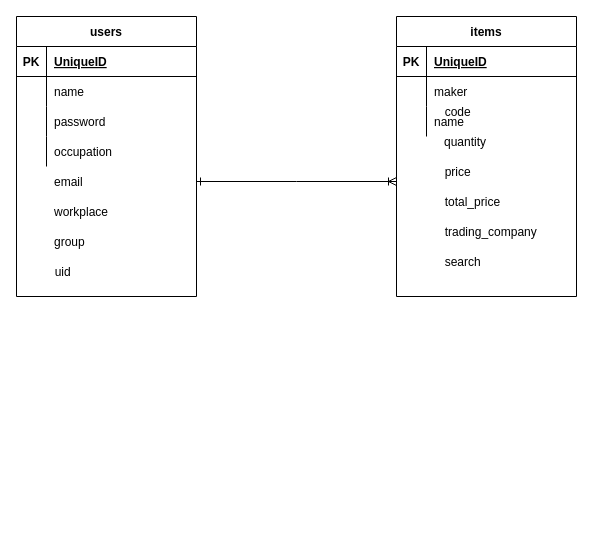
Above: ER.dio in d-cho623/ponyosky (draw.io), before the change. Source tidied: cells renumbered, new cells numbered last; positions are measured from the earlier drawing's top-left corner, leaving out a move shared by most shapes. Both pictures are drawn from the tidied source at 100%, with x=0, y=0 at pixel (16, 16).
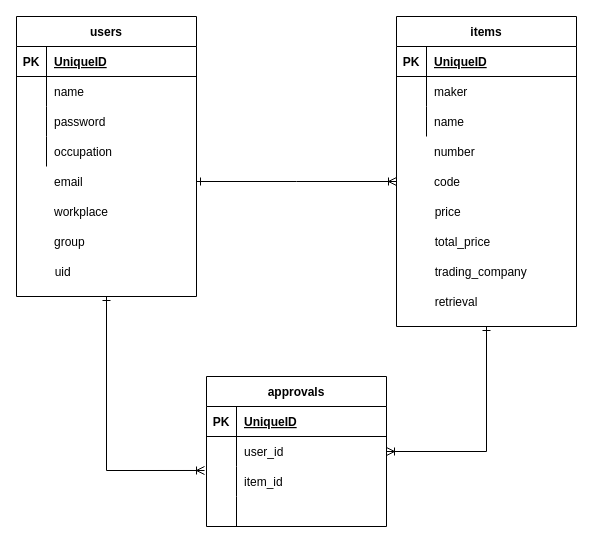
After the change.

The change refers to these unchanged cells:
```xml
<mxCell id="12" value="users" style="shape=table;startSize=30;childLayout=tableLayout;rowLines=0;fontStyle=1;align=center;" parent="1" vertex="1">
  <mxGeometry width="180" height="280" as="geometry" />
</mxCell>
```

Change to the diagram source:
```diff
@@
+    <mxCell id="56" style="edgeStyle=orthogonalEdgeStyle;rounded=0;jettySize=auto;html=1;exitX=0.5;exitY=1;exitDx=0;exitDy=0;endArrow=ERoneToMany;endFill=0;startArrow=ERone;startFill=0;" parent="1" edge="1" source="2" target="62">
+      <mxGeometry relative="1" as="geometry" />
+    </mxCell>
     <mxCell id="2" value="items" style="shape=table;startSize=30;childLayout=tableLayout;rowLines=0;fontStyle=1;align=center;" parent="1" vertex="1">
-      <mxGeometry x="380" width="180" height="280" as="geometry" />
+      <mxGeometry x="380" width="180" height="310" as="geometry" />
     </mxCell>
@@
+    <mxCell id="57" style="edgeStyle=orthogonalEdgeStyle;rounded=0;jettySize=auto;html=1;exitX=0.5;exitY=1;exitDx=0;exitDy=0;entryX=-0.011;entryY=0.133;entryDx=0;entryDy=0;entryPerimeter=0;startArrow=ERone;startFill=0;endArrow=ERoneToMany;endFill=0;" parent="1" edge="1" source="12" target="65">
+      <mxGeometry relative="1" as="geometry" />
+    </mxCell>
@@
-    <mxCell id="35" style="shape=partialRectangle;fillColor=none;top=0;left=0;bottom=0;right=0;" parent="1" vertex="1">
-      <mxGeometry x="390" y="80" width="184" height="30" as="geometry" />
-    </mxCell>
-    <mxCell id="36" style="shape=partialRectangle;fillColor=none;top=0;left=0;bottom=0;right=0;overflow=hidden;" parent="35" vertex="1">
-      <mxGeometry width="30.7" height="30" as="geometry" />
-    </mxCell>
-    <mxCell id="37" value="code" style="shape=partialRectangle;fillColor=none;top=0;left=0;bottom=0;right=0;align=left;spacingLeft=6;overflow=hidden;" parent="35" vertex="1">
-      <mxGeometry x="30.7" width="153.3" height="30" as="geometry" />
-    </mxCell>
-    <mxCell id="38" style="shape=partialRectangle;fillColor=none;top=0;left=0;bottom=0;right=0;" parent="1" vertex="1">
-      <mxGeometry x="390" y="100" width="180" height="30" as="geometry" />
-    </mxCell>
-    <mxCell id="39" style="shape=partialRectangle;fillColor=none;top=0;left=0;bottom=0;right=0;overflow=hidden;" parent="38" vertex="1">
-      <mxGeometry width="30" height="30" as="geometry" />
-    </mxCell>
-    <mxCell id="40" value="quantity" style="shape=partialRectangle;fillColor=none;top=0;left=0;bottom=0;right=0;align=left;spacingLeft=6;overflow=hidden;" parent="38" vertex="1">
-      <mxGeometry x="30" y="10" width="150" height="30" as="geometry" />
-    </mxCell>
     <mxCell id="41" style="shape=partialRectangle;fillColor=none;top=0;left=0;bottom=0;right=0;" parent="1" vertex="1">
-      <mxGeometry x="390" y="140" width="184" height="30" as="geometry" />
+      <mxGeometry x="380" y="180" width="184" height="30" as="geometry" />
     </mxCell>
@@
     <mxCell id="44" style="shape=partialRectangle;fillColor=none;top=0;left=0;bottom=0;right=0;" parent="1" vertex="1">
-      <mxGeometry x="390" y="170" width="184" height="30" as="geometry" />
+      <mxGeometry x="380" y="210" width="184" height="30" as="geometry" />
     </mxCell>
@@
     <mxCell id="47" style="shape=partialRectangle;fillColor=none;top=0;left=0;bottom=0;right=0;" parent="1" vertex="1">
-      <mxGeometry x="390" y="200" width="184" height="30" as="geometry" />
+      <mxGeometry x="380" y="240" width="184" height="30" as="geometry" />
     </mxCell>
@@
     <mxCell id="50" style="shape=partialRectangle;fillColor=none;top=0;left=0;bottom=0;right=0;" parent="1" vertex="1">
-      <mxGeometry x="390" y="230" width="184" height="30" as="geometry" />
+      <mxGeometry x="380" y="270" width="184" height="30" as="geometry" />
     </mxCell>
@@
-    <mxCell id="52" value="search" style="shape=partialRectangle;fillColor=none;top=0;left=0;bottom=0;right=0;align=left;spacingLeft=6;overflow=hidden;" parent="50" vertex="1">
+    <mxCell id="52" value="retrieval" style="shape=partialRectangle;fillColor=none;top=0;left=0;bottom=0;right=0;align=left;spacingLeft=6;overflow=hidden;" parent="50" vertex="1">
       <mxGeometry x="30.7" width="153.3" height="30" as="geometry" />
     </mxCell>
@@
+    <mxCell id="58" value="approvals" style="shape=table;startSize=30;childLayout=tableLayout;rowLines=0;fontStyle=1;align=center;" parent="1" vertex="1">
+      <mxGeometry x="190" y="360" width="180" height="150" as="geometry" />
+    </mxCell>
+    <mxCell id="59" style="shape=partialRectangle;fillColor=none;top=0;left=0;bottom=1;right=0;" parent="58" vertex="1">
+      <mxGeometry y="30" width="180" height="30" as="geometry" />
+    </mxCell>
+    <mxCell id="60" value="PK" style="shape=partialRectangle;fillColor=none;top=0;left=0;bottom=0;right=0;fontStyle=1;overflow=hidden;" parent="59" vertex="1">
+      <mxGeometry width="30" height="30" as="geometry" />
+    </mxCell>
+    <mxCell id="61" value="UniqueID" style="shape=partialRectangle;fillColor=none;top=0;left=0;bottom=0;right=0;align=left;spacingLeft=6;fontStyle=5;overflow=hidden;" parent="59" vertex="1">
+      <mxGeometry x="30" width="150" height="30" as="geometry" />
+    </mxCell>
+    <mxCell id="62" style="shape=partialRectangle;fillColor=none;top=0;left=0;bottom=0;right=0;points=[[0,0.5],[1,0.5]];portConstraint=eastwest;" parent="58" vertex="1">
+      <mxGeometry y="60" width="180" height="30" as="geometry" />
+    </mxCell>
+    <mxCell id="63" style="shape=partialRectangle;fillColor=none;top=0;left=0;bottom=0;right=0;overflow=hidden;" parent="62" vertex="1">
+      <mxGeometry width="30" height="30" as="geometry" />
+    </mxCell>
+    <mxCell id="64" value="user_id" style="shape=partialRectangle;fillColor=none;top=0;left=0;bottom=0;right=0;align=left;spacingLeft=6;overflow=hidden;" parent="62" vertex="1">
+      <mxGeometry x="30" width="150" height="30" as="geometry" />
+    </mxCell>
+    <mxCell id="65" style="shape=partialRectangle;fillColor=none;top=0;left=0;bottom=0;right=0;points=[[0,0.5],[1,0.5]];portConstraint=eastwest;" parent="58" vertex="1">
+      <mxGeometry y="90" width="180" height="30" as="geometry" />
+    </mxCell>
+    <mxCell id="66" style="shape=partialRectangle;fillColor=none;top=0;left=0;bottom=0;right=0;overflow=hidden;" parent="65" vertex="1">
+      <mxGeometry width="30" height="30" as="geometry" />
+    </mxCell>
+    <mxCell id="67" value="item_id" style="shape=partialRectangle;fillColor=none;top=0;left=0;bottom=0;right=0;align=left;spacingLeft=6;overflow=hidden;" parent="65" vertex="1">
+      <mxGeometry x="30" width="150" height="30" as="geometry" />
+    </mxCell>
+    <mxCell id="68" style="shape=partialRectangle;fillColor=none;top=0;left=0;bottom=0;right=0;" parent="58" vertex="1">
+      <mxGeometry y="120" width="180" height="30" as="geometry" />
+    </mxCell>
+    <mxCell id="69" style="shape=partialRectangle;fillColor=none;top=0;left=0;bottom=0;right=0;overflow=hidden;" parent="68" vertex="1">
+      <mxGeometry width="30" height="30" as="geometry" />
+    </mxCell>
+    <mxCell id="70" style="shape=partialRectangle;fillColor=none;top=0;left=0;bottom=0;right=0;align=left;spacingLeft=6;overflow=hidden;" parent="68" vertex="1">
+      <mxGeometry x="30" width="150" height="30" as="geometry" />
+    </mxCell>
+    <mxCell id="71" style="shape=partialRectangle;fillColor=none;top=0;left=0;bottom=0;right=0;" parent="1" vertex="1">
+      <mxGeometry x="380" y="120" width="180" height="30" as="geometry" />
+    </mxCell>
+    <mxCell id="72" style="shape=partialRectangle;fillColor=none;top=0;left=0;bottom=0;right=0;overflow=hidden;" parent="71" vertex="1">
+      <mxGeometry width="30" height="30" as="geometry" />
+    </mxCell>
+    <mxCell id="73" value="number" style="shape=partialRectangle;fillColor=none;top=0;left=0;bottom=0;right=0;align=left;spacingLeft=6;overflow=hidden;" parent="71" vertex="1">
+      <mxGeometry x="30" width="150" height="30" as="geometry" />
+    </mxCell>
+    <mxCell id="74" style="shape=partialRectangle;fillColor=none;top=0;left=0;bottom=0;right=0;" parent="1" vertex="1">
+      <mxGeometry x="380" y="150" width="180" height="30" as="geometry" />
+    </mxCell>
+    <mxCell id="75" style="shape=partialRectangle;fillColor=none;top=0;left=0;bottom=0;right=0;overflow=hidden;" parent="74" vertex="1">
+      <mxGeometry width="30" height="30" as="geometry" />
+    </mxCell>
+    <mxCell id="37" value="code" style="shape=partialRectangle;fillColor=none;top=0;left=0;bottom=0;right=0;align=left;spacingLeft=6;overflow=hidden;" parent="74" vertex="1">
+      <mxGeometry x="30" width="150" height="30" as="geometry" />
+    </mxCell>
```
